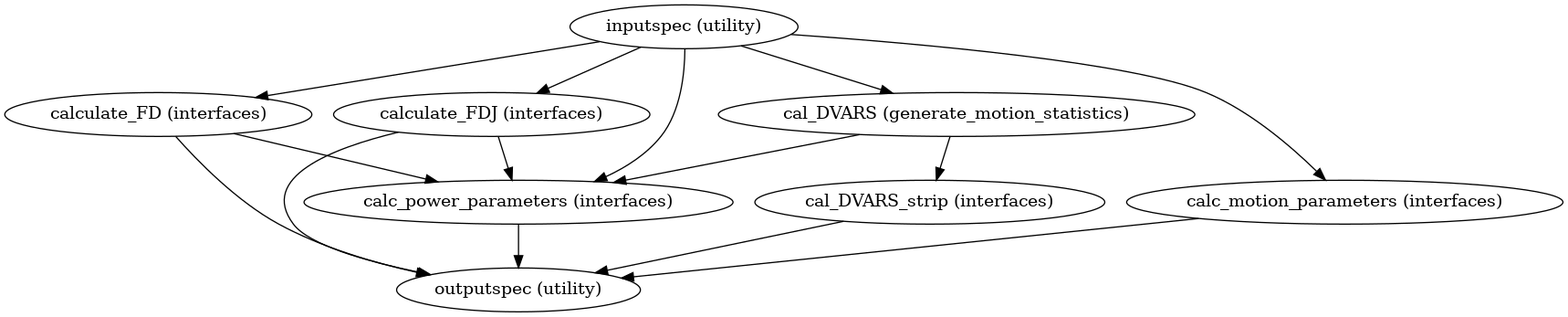
Before: docs/nightly/developer/workflows/images/generated/motion_statistics.png, a diagram exported from Graphviz (FCP-INDI/fcp-indi.github.io). Its source is kept beside it as docs/nightly/developer/workflows/images/generated/motion_statistics.dot.
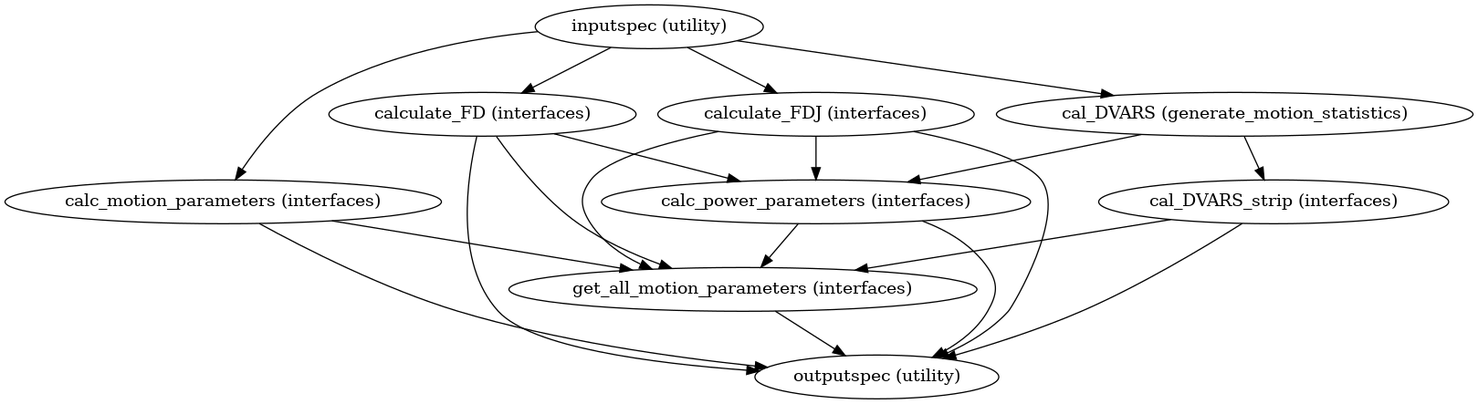
After the change.

Change to the diagram source:
```diff
@@ -4,21 +4,27 @@
 "calculate_FD (interfaces)";
 "calculate_FDJ (interfaces)";
 "calc_motion_parameters (interfaces)";
+"cal_DVARS_strip (interfaces)";
 "calc_power_parameters (interfaces)";
-"cal_DVARS_strip (interfaces)";
 "outputspec (utility)";
+"get_all_motion_parameters (interfaces)";
 "inputspec (utility)" -> "cal_DVARS (generate_motion_statistics)";
 "inputspec (utility)" -> "calculate_FD (interfaces)";
 "inputspec (utility)" -> "calculate_FDJ (interfaces)";
 "inputspec (utility)" -> "calc_motion_parameters (interfaces)";
-"inputspec (utility)" -> "calc_power_parameters (interfaces)";
 "cal_DVARS (generate_motion_statistics)" -> "cal_DVARS_strip (interfaces)";
 "cal_DVARS (generate_motion_statistics)" -> "calc_power_parameters (interfaces)";
 "calculate_FD (interfaces)" -> "outputspec (utility)";
+"calculate_FD (interfaces)" -> "get_all_motion_parameters (interfaces)";
 "calculate_FD (interfaces)" -> "calc_power_parameters (interfaces)";
 "calculate_FDJ (interfaces)" -> "outputspec (utility)";
+"calculate_FDJ (interfaces)" -> "get_all_motion_parameters (interfaces)";
 "calculate_FDJ (interfaces)" -> "calc_power_parameters (interfaces)";
+"calc_motion_parameters (interfaces)" -> "get_all_motion_parameters (interfaces)";
 "calc_motion_parameters (interfaces)" -> "outputspec (utility)";
+"cal_DVARS_strip (interfaces)" -> "outputspec (utility)";
+"cal_DVARS_strip (interfaces)" -> "get_all_motion_parameters (interfaces)";
+"calc_power_parameters (interfaces)" -> "get_all_motion_parameters (interfaces)";
 "calc_power_parameters (interfaces)" -> "outputspec (utility)";
-"cal_DVARS_strip (interfaces)" -> "outputspec (utility)";
+"get_all_motion_parameters (interfaces)" -> "outputspec (utility)";
 }
```
